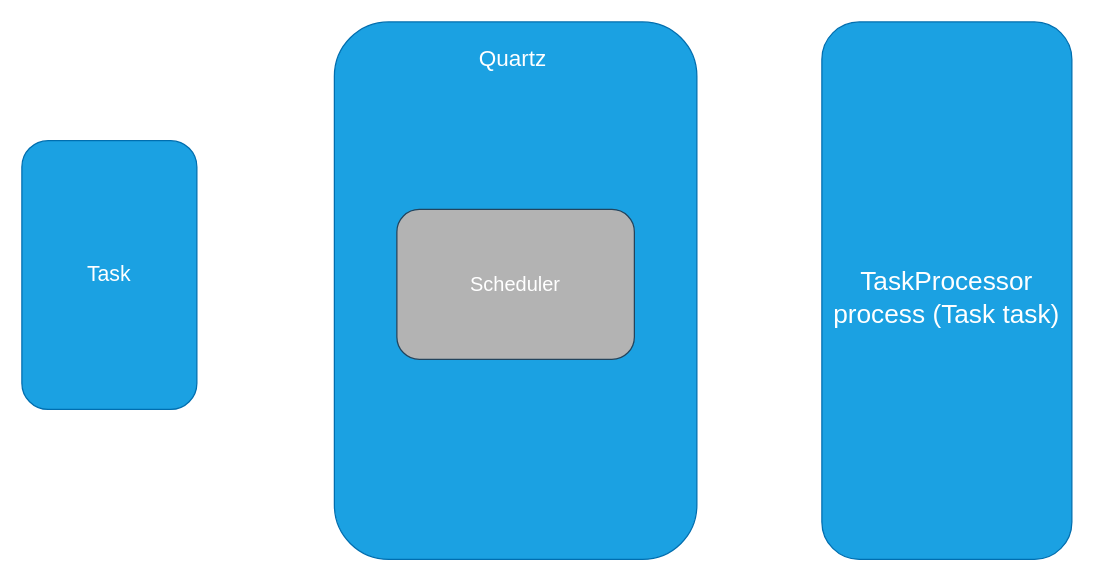
Earlier version of the draw.io diagram module2.drawio (cjaack2/Images_Repository). Source tidied: cells renumbered, new cells numbered last; positions are measured from the earlier drawing's top-left corner, leaving out a move shared by most shapes. Both pictures are drawn from the tidied source at 125%, with x=0, y=0 at pixel (21, 21).
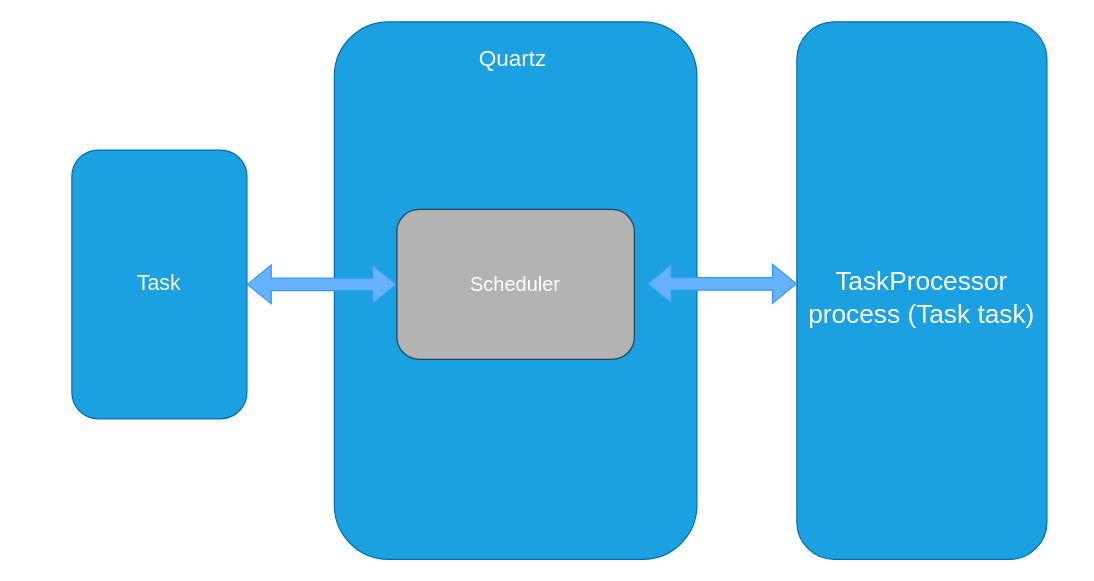
The same diagram, later.

Diff of the diagram source:
```diff
@@
 <mxGraphModel>
   <root>
     <mxCell id="0" />
     <mxCell id="1" parent="0" />
     <mxCell id="2" style="rounded=1;whiteSpace=wrap;html=1;fillColor=#1ba1e2;strokeColor=#006EAF;fontColor=#ffffff;" parent="1" vertex="1">
       <mxGeometry x="250" width="290" height="430" as="geometry" />
     </mxCell>
     <mxCell id="3" style="rounded=1;whiteSpace=wrap;html=1;fillColor=#1ba1e2;strokeColor=#006EAF;fontColor=#ffffff;" parent="1" vertex="1">
-      <mxGeometry x="640" width="200" height="430" as="geometry" />
+      <mxGeometry x="620" width="200" height="430" as="geometry" />
     </mxCell>
+    <mxCell id="8" style="edgeStyle=orthogonalEdgeStyle;rounded=0;jettySize=auto;html=1;entryX=0;entryY=0.5;entryDx=0;entryDy=0;fontSize=18;fontColor=#FFFFFF;shape=flexArrow;startArrow=block;strokeColor=#3399FF;fillColor=#66B2FF;" parent="1" edge="1" source="4" target="6">
+      <mxGeometry relative="1" as="geometry" />
+    </mxCell>
     <mxCell id="4" value="&lt;font style=&quot;font-size: 17px&quot;&gt;Task&lt;/font&gt;" style="rounded=1;whiteSpace=wrap;html=1;fillColor=#1ba1e2;strokeColor=#006EAF;fontColor=#ffffff;" parent="1" vertex="1">
-      <mxGeometry y="95" width="140" height="215" as="geometry" />
+      <mxGeometry x="40" y="102.5" width="140" height="215" as="geometry" />
     </mxCell>
     <mxCell id="5" value="&lt;font style=&quot;font-size: 21px&quot;&gt;TaskProcessor&lt;br&gt;process (Task task)&lt;br&gt;&lt;/font&gt;" style="text;html=1;strokeColor=none;fillColor=none;align=center;verticalAlign=middle;whiteSpace=wrap;rounded=0;fontColor=#FFFFFF;" parent="1" vertex="1">
-      <mxGeometry x="640" y="180" width="200" height="80" as="geometry" />
+      <mxGeometry x="620" y="180" width="200" height="80" as="geometry" />
     </mxCell>
     <mxCell id="6" value="&lt;font style=&quot;font-size: 16px&quot; color=&quot;#ffffff&quot;&gt;Scheduler&lt;/font&gt;" style="rounded=1;whiteSpace=wrap;html=1;strokeColor=#23445d;fillColor=#B3B3B3;" parent="1" vertex="1">
       <mxGeometry x="300" y="150" width="190" height="120" as="geometry" />
     </mxCell>
     <mxCell id="7" value="Quartz" style="text;html=1;strokeColor=none;fillColor=none;align=center;verticalAlign=middle;whiteSpace=wrap;rounded=0;fontColor=#FFFFFF;fontSize=18;" parent="1" vertex="1">
       <mxGeometry x="348" y="20" width="90" height="20" as="geometry" />
     </mxCell>
+    <mxCell id="9" style="edgeStyle=orthogonalEdgeStyle;rounded=0;orthogonalLoop=1;jettySize=auto;html=1;entryX=0;entryY=0.5;entryDx=0;entryDy=0;fontSize=18;fontColor=#FFFFFF;shape=flexArrow;startArrow=block;strokeColor=#3399FF;fillColor=#66B2FF;" parent="1" edge="1">
+      <mxGeometry relative="1" as="geometry">
+        <mxPoint x="500" y="209.5" as="sourcePoint" />
+        <mxPoint x="620" y="209.5" as="targetPoint" />
+      </mxGeometry>
+    </mxCell>
   </root>
 </mxGraphModel>
```
